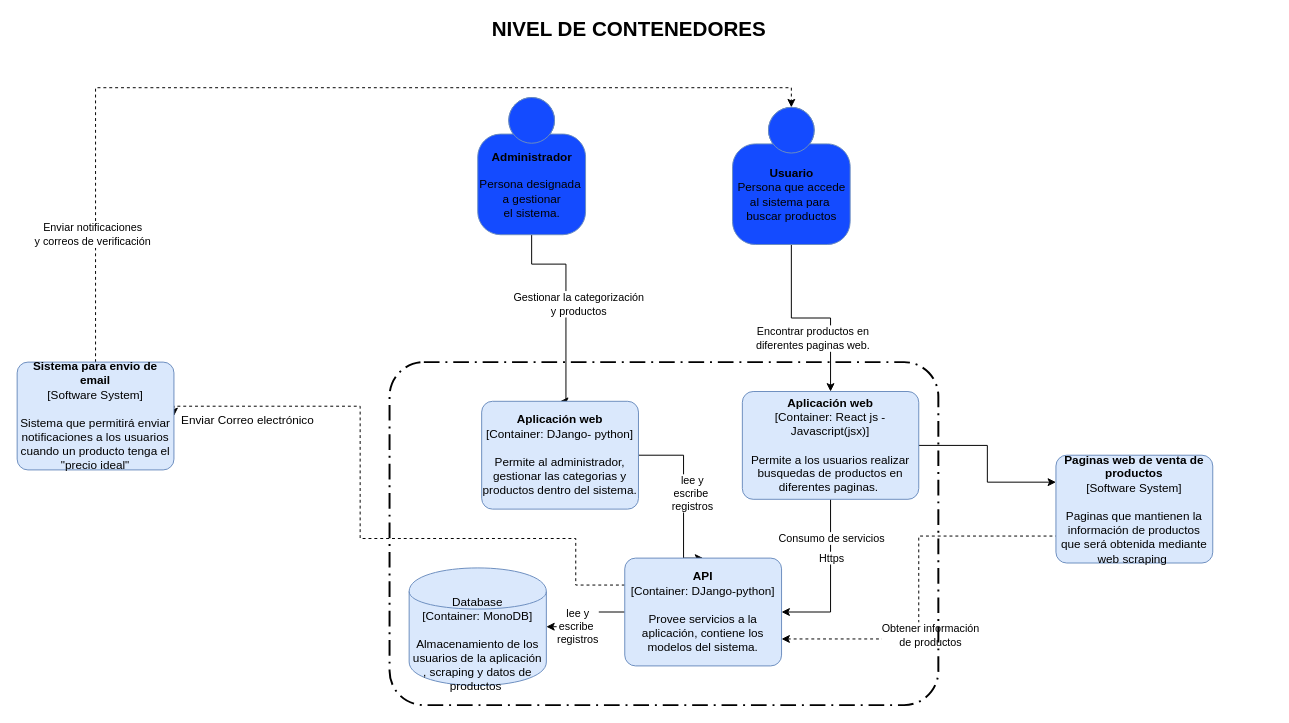
Above: page "Contenedor" (2 of 2) of ALICAN.drawio in vjcajilema/AlicanC4 (draw.io), before the change. Source tidied: cells renumbered, new cells numbered last; positions are measured from the earlier drawing's top-left corner, leaving out a move shared by most shapes. Both pictures are drawn from the tidied source at 98%, with x=0, y=0 at pixel (17, 19).
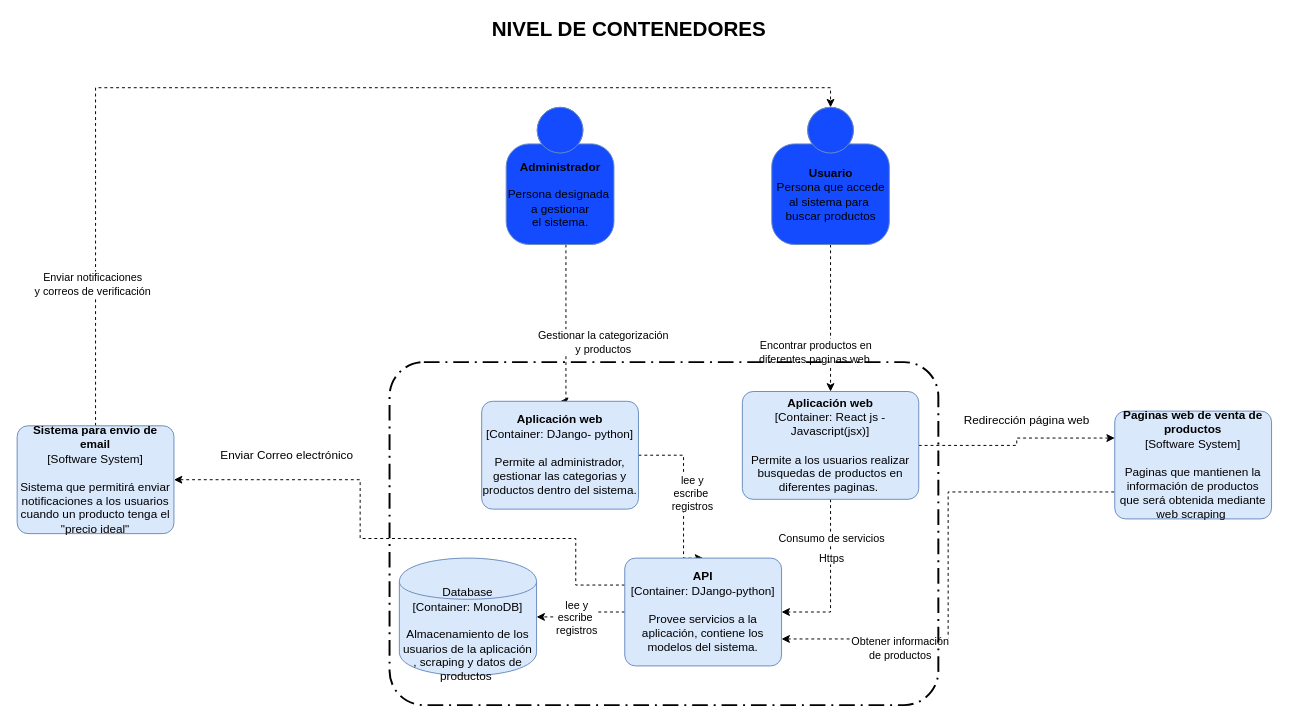
After the change.

The change refers to these unchanged cells:
```xml
<mxCell id="5" style="edgeStyle=orthogonalEdgeStyle;rounded=0;jettySize=auto;html=1;exitX=1;exitY=0.75;exitDx=0;exitDy=0;exitPerimeter=0;dashed=1;startArrow=classic;startFill=1;endArrow=none;endFill=0;entryX=0;entryY=0.75;entryDx=0;entryDy=0;entryPerimeter=0;" parent="1" edge="1" source="27" target="12">
  <mxGeometry relative="1" as="geometry" />
</mxCell>
<mxCell id="22" value="&lt;span&gt;&lt;b&gt;Aplicación web&lt;/b&gt;&lt;/span&gt;&lt;br&gt;&lt;div&gt;[Container: React js - Javascript(jsx)&lt;span&gt;]&lt;/span&gt;&lt;/div&gt;&lt;br&gt;Permite a los usuarios realizar busquedas de productos en diferentes paginas.&amp;nbsp;" style="rounded=1;whiteSpace=wrap;html=1;labelBackgroundColor=none;fillColor=#dae8fc;fontColor=#000000;align=center;arcSize=10;strokeColor=#6c8ebf;points=[[0.25,0,0],[0.5,0,0],[0.75,0,0],[1,0.25,0],[1,0.5,0],[1,0.75,0],[0.75,1,0],[0.5,1,0],[0.25,1,0],[0,0.75,0],[0,0.5,0],[0,0.25,0]];" parent="1" vertex="1">
  <mxGeometry x="740" y="380" width="180" height="110" as="geometry" />
</mxCell>
<mxCell id="24" value="&lt;span&gt;&lt;b&gt;Aplicación web&lt;/b&gt;&lt;/span&gt;&lt;br&gt;&lt;div&gt;[Container:&amp;nbsp;&lt;span&gt;DJango- python&lt;/span&gt;&lt;span&gt;]&lt;/span&gt;&lt;/div&gt;&lt;br&gt;Permite al administrador, gestionar las categorias y productos dentro del sistema." style="rounded=1;whiteSpace=wrap;html=1;labelBackgroundColor=none;fillColor=#dae8fc;fontColor=#000000;align=center;arcSize=10;strokeColor=#6c8ebf;points=[[0.25,0,0],[0.5,0,0],[0.75,0,0],[1,0.25,0],[1,0.5,0],[1,0.75,0],[0.75,1,0],[0.5,1,0],[0.25,1,0],[0,0.75,0],[0,0.5,0],[0,0.25,0]];" parent="1" vertex="1">
  <mxGeometry x="474" y="390" width="160" height="110" as="geometry" />
</mxCell>
<mxCell id="27" value="&lt;span&gt;&lt;b&gt;API&lt;/b&gt;&lt;/span&gt;&lt;br&gt;&lt;div&gt;[Container:&amp;nbsp;&lt;span&gt;DJango-python&lt;/span&gt;&lt;span&gt;]&lt;/span&gt;&lt;/div&gt;&lt;br&gt;Provee servicios a la aplicación, contiene los modelos del sistema." style="rounded=1;whiteSpace=wrap;html=1;labelBackgroundColor=none;fillColor=#dae8fc;fontColor=#000000;align=center;arcSize=10;strokeColor=#6c8ebf;points=[[0.25,0,0],[0.5,0,0],[0.75,0,0],[1,0.25,0],[1,0.5,0],[1,0.75,0],[0.75,1,0],[0.5,1,0],[0.25,1,0],[0,0.75,0],[0,0.5,0],[0,0.25,0]];" parent="1" vertex="1">
  <mxGeometry x="620" y="550" width="160" height="110" as="geometry" />
</mxCell>
```

What changed in the source:
```diff
@@
-    <mxCell id="2" style="edgeStyle=orthogonalEdgeStyle;rounded=0;jettySize=auto;html=1;exitX=0.5;exitY=1;exitDx=0;exitDy=0;exitPerimeter=0;entryX=0.5;entryY=0;entryDx=0;entryDy=0;entryPerimeter=0;" parent="1" edge="1" source="4" target="24">
+    <mxCell id="2" style="edgeStyle=orthogonalEdgeStyle;rounded=0;jettySize=auto;html=1;exitX=0.5;exitY=1;exitDx=0;exitDy=0;exitPerimeter=0;entryX=0.5;entryY=0;entryDx=0;entryDy=0;entryPerimeter=0;dashed=1;" parent="1" edge="1" source="4" target="24">
       <mxGeometry relative="1" as="geometry">
         <Array as="points">
-          <mxPoint x="525" y="250" />
-          <mxPoint x="560" y="250" />
+          <mxPoint x="560" y="230" />
           <mxPoint x="560" y="390" />
         </Array>
       </mxGeometry>
     </mxCell>
@@
     <mxCell id="4" value="&lt;b&gt;Administrador&lt;br&gt;&lt;/b&gt;&lt;br&gt;Persona designada&amp;nbsp;&lt;br&gt;a gestionar&lt;br&gt;el sistema." style="html=1;dashed=0;whitespace=wrap;fillColor=#144BFF;strokeColor=#6C8EBF;shape=mxgraph.c4.person;align=center;points=[[0.5,0,0],[1,0.5,0],[1,0.75,0],[0.75,1,0],[0.5,1,0],[0.25,1,0],[0,0.75,0],[0,0.5,0]];" parent="1" vertex="1">
-      <mxGeometry x="470" y="80" width="110" height="140" as="geometry" />
+      <mxGeometry x="499" y="90" width="110" height="140" as="geometry" />
     </mxCell>
@@
     <mxCell id="6" value="Obtener información&lt;br&gt;de productos" style="edgeLabel;html=1;align=center;verticalAlign=middle;" parent="5" vertex="1">
       <mxGeometry x="-0.24" y="2" relative="1" as="geometry">
-        <mxPoint x="13" y="2" as="offset" />
+        <mxPoint x="-48" y="25" as="offset" />
       </mxGeometry>
     </mxCell>
     <mxCell id="7" style="edgeStyle=orthogonalEdgeStyle;rounded=0;jettySize=auto;html=1;entryX=1;entryY=0.5;entryDx=0;entryDy=0;entryPerimeter=0;dashed=1;exitX=0;exitY=0.25;exitDx=0;exitDy=0;exitPerimeter=0;" parent="1" edge="1" source="27" target="15">
       <mxGeometry relative="1" as="geometry">
         <Array as="points">
           <mxPoint x="570" y="578" />
           <mxPoint x="570" y="530" />
           <mxPoint x="350" y="530" />
-          <mxPoint x="350" y="395" />
+          <mxPoint x="350" y="470" />
         </Array>
       </mxGeometry>
     </mxCell>
-    <mxCell id="8" style="edgeStyle=orthogonalEdgeStyle;rounded=0;jettySize=auto;html=1;exitX=1;exitY=0.5;exitDx=0;exitDy=0;exitPerimeter=0;entryX=0;entryY=0.25;entryDx=0;entryDy=0;entryPerimeter=0;" parent="1" edge="1" source="22" target="12">
+    <mxCell id="8" style="edgeStyle=orthogonalEdgeStyle;rounded=0;jettySize=auto;html=1;exitX=1;exitY=0.5;exitDx=0;exitDy=0;exitPerimeter=0;entryX=0;entryY=0.25;entryDx=0;entryDy=0;entryPerimeter=0;dashed=1;" parent="1" edge="1" source="22" target="12">
       <mxGeometry relative="1" as="geometry" />
     </mxCell>
-    <mxCell id="9" style="edgeStyle=orthogonalEdgeStyle;rounded=0;jettySize=auto;html=1;exitX=0.5;exitY=1;exitDx=0;exitDy=0;exitPerimeter=0;entryX=0.5;entryY=0;entryDx=0;entryDy=0;entryPerimeter=0;" parent="1" edge="1" source="11" target="22">
+    <mxCell id="9" style="edgeStyle=orthogonalEdgeStyle;rounded=0;jettySize=auto;html=1;exitX=0.5;exitY=1;exitDx=0;exitDy=0;exitPerimeter=0;entryX=0.5;entryY=0;entryDx=0;entryDy=0;entryPerimeter=0;dashed=1;" parent="1" edge="1" source="11" target="22">
       <mxGeometry relative="1" as="geometry" />
     </mxCell>
@@
     <mxCell id="11" value="&lt;b&gt;Usuario&lt;/b&gt;&lt;br&gt;Persona que accede&lt;br&gt;al sistema para&amp;nbsp;&lt;br&gt;buscar productos" style="html=1;dashed=0;whitespace=wrap;fillColor=#144BFF;strokeColor=#6C8EBF;shape=mxgraph.c4.person;align=center;points=[[0.5,0,0],[1,0.5,0],[1,0.75,0],[0.75,1,0],[0.5,1,0],[0.25,1,0],[0,0.75,0],[0,0.5,0]];" parent="1" vertex="1">
-      <mxGeometry x="730" y="90" width="120" height="140" as="geometry" />
+      <mxGeometry x="770" y="90" width="120" height="140" as="geometry" />
     </mxCell>
     <mxCell id="12" value="&lt;b&gt;Paginas web de venta de productos&lt;/b&gt;&lt;br&gt;&lt;div&gt;[Software System]&lt;/div&gt;&lt;br&gt;&lt;div&gt;Paginas que mantienen la información de productos que será obtenida mediante web scraping&amp;nbsp;&lt;/div&gt;" style="rounded=1;whiteSpace=wrap;html=1;labelBackgroundColor=none;fillColor=#dae8fc;fontColor=#000000;align=center;arcSize=10;strokeColor=#6c8ebf;points=[[0.25,0,0],[0.5,0,0],[0.75,0,0],[1,0.25,0],[1,0.5,0],[1,0.75,0],[0.75,1,0],[0.5,1,0],[0.25,1,0],[0,0.75,0],[0,0.5,0],[0,0.25,0]];" parent="1" vertex="1">
-      <mxGeometry x="1060" y="445" width="160" height="110" as="geometry" />
+      <mxGeometry x="1120" y="400" width="160" height="110" as="geometry" />
     </mxCell>
@@
     <mxCell id="15" value="&lt;b&gt;Sistema para envio de email&lt;/b&gt;&lt;br&gt;&lt;div&gt;[Software System]&lt;/div&gt;&lt;br&gt;&lt;div&gt;Sistema que permitirá enviar notificaciones a los usuarios cuando un producto tenga el &quot;precio ideal&quot;&lt;/div&gt;" style="rounded=1;whiteSpace=wrap;html=1;labelBackgroundColor=none;fillColor=#dae8fc;fontColor=#000000;align=center;arcSize=10;strokeColor=#6c8ebf;points=[[0.25,0,0],[0.5,0,0],[0.75,0,0],[1,0.25,0],[1,0.5,0],[1,0.75,0],[0.75,1,0],[0.5,1,0],[0.25,1,0],[0,0.75,0],[0,0.5,0],[0,0.25,0]];" parent="1" vertex="1">
-      <mxGeometry y="350" width="160" height="110" as="geometry" />
+      <mxGeometry y="415" width="160" height="110" as="geometry" />
     </mxCell>
     <mxCell id="16" value="Enviar Correo electrónico" style="text;html=1;align=center;verticalAlign=middle;dashed=1;" parent="1" vertex="1">
-      <mxGeometry x="160" y="400" width="150" height="20" as="geometry" />
+      <mxGeometry x="200" y="435" width="150" height="20" as="geometry" />
     </mxCell>
@@
-    <mxCell id="19" style="edgeStyle=orthogonalEdgeStyle;rounded=0;jettySize=auto;html=1;exitX=0.5;exitY=1;exitDx=0;exitDy=0;exitPerimeter=0;entryX=1;entryY=0.5;entryDx=0;entryDy=0;entryPerimeter=0;" parent="1" edge="1" source="22" target="27">
+    <mxCell id="19" style="edgeStyle=orthogonalEdgeStyle;rounded=0;jettySize=auto;html=1;exitX=0.5;exitY=1;exitDx=0;exitDy=0;exitPerimeter=0;entryX=1;entryY=0.5;entryDx=0;entryDy=0;entryPerimeter=0;dashed=1;" parent="1" edge="1" source="22" target="27">
       <mxGeometry relative="1" as="geometry" />
     </mxCell>
@@
-    <mxCell id="23" style="edgeStyle=orthogonalEdgeStyle;rounded=0;jettySize=auto;html=1;exitX=1;exitY=0.5;exitDx=0;exitDy=0;exitPerimeter=0;entryX=0.5;entryY=0;entryDx=0;entryDy=0;entryPerimeter=0;" parent="1" edge="1" source="24" target="27">
+    <mxCell id="23" style="edgeStyle=orthogonalEdgeStyle;rounded=0;jettySize=auto;html=1;exitX=1;exitY=0.5;exitDx=0;exitDy=0;exitPerimeter=0;entryX=0.5;entryY=0;entryDx=0;entryDy=0;entryPerimeter=0;dashed=1;" parent="1" edge="1" source="24" target="27">
       <mxGeometry relative="1" as="geometry">
         <Array as="points">
           <mxPoint x="680" y="445" />
           <mxPoint x="680" y="550" />
         </Array>
       </mxGeometry>
     </mxCell>
@@
-    <mxCell id="25" style="edgeStyle=orthogonalEdgeStyle;rounded=0;jettySize=auto;html=1;exitX=0;exitY=0.5;exitDx=0;exitDy=0;exitPerimeter=0;entryX=1;entryY=0.5;entryDx=0;entryDy=0;entryPerimeter=0;" parent="1" edge="1" source="27" target="28">
+    <mxCell id="25" style="edgeStyle=orthogonalEdgeStyle;rounded=0;jettySize=auto;html=1;exitX=0;exitY=0.5;exitDx=0;exitDy=0;exitPerimeter=0;entryX=1;entryY=0.5;entryDx=0;entryDy=0;entryPerimeter=0;dashed=1;" parent="1" edge="1" source="27" target="28">
       <mxGeometry relative="1" as="geometry" />
     </mxCell>
     <mxCell id="26" value="lee y&lt;br&gt;escribe&amp;nbsp;&lt;br&gt;registros" style="edgeLabel;html=1;align=center;verticalAlign=middle;" parent="25" vertex="1">
-      <mxGeometry x="0.35" y="-1" relative="1" as="geometry" />
+      <mxGeometry x="0.35" y="-1" relative="1" as="geometry">
+        <mxPoint x="9" y="1" as="offset" />
+      </mxGeometry>
     </mxCell>
@@
     <mxCell id="28" value="&lt;span&gt;Database&lt;/span&gt;&lt;div&gt;[Container:&amp;nbsp;MonoDB]&lt;/div&gt;&lt;br&gt;&lt;div&gt;Almacenamiento de los usuarios de la aplicación&lt;br&gt;, scraping y datos de productos&amp;nbsp;&lt;/div&gt;" style="shape=cylinder;whiteSpace=wrap;html=1;boundedLbl=1;rounded=0;labelBackgroundColor=none;fillColor=#dae8fc;fontSize=12;fontColor=#000000;align=center;strokeColor=#6c8ebf;points=[[0.5,0,0],[1,0.25,0],[1,0.5,0],[1,0.75,0],[0.5,1,0],[0,0.75,0],[0,0.5,0],[0,0.25,0]];" parent="1" vertex="1">
-      <mxGeometry x="400" y="560" width="140" height="120" as="geometry" />
+      <mxGeometry x="390" y="550" width="140" height="120" as="geometry" />
     </mxCell>
@@
+    <mxCell id="30" value="Redirección página web" style="text;html=1;align=center;verticalAlign=middle;strokeColor=none;" parent="1" vertex="1">
+      <mxGeometry x="960" y="400" width="140" height="20" as="geometry" />
+    </mxCell>
```
